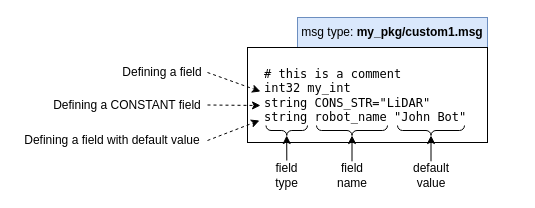
The draw.io diagram page "message-basic" (8 of 10) of src/resources/ros.drawio in harleylara/robotics, before the edit. Source tidied: cells renumbered, new cells numbered last; positions are measured from the earlier drawing's top-left corner, leaving out a move shared by most shapes. Both pictures are drawn from the tidied source at 100%, with x=0, y=0 at pixel (17, 17).
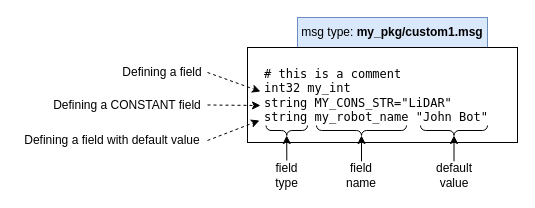
Above is the later version.

Commit message:
update message definition example

Change to the diagram source:
```diff
@@
-    <mxCell id="3" value="&lt;div&gt;# this is a comment&lt;/div&gt;int32 my_int&lt;br&gt;string CONS_STR=&quot;LiDAR&quot;&lt;br&gt;string robot_name &quot;John Bot&quot;" style="rounded=0;whiteSpace=wrap;html=1;align=left;fontFamily=Lucida Console;spacing=17;" parent="1" vertex="1">
-      <mxGeometry x="230" y="30" width="240" height="95" as="geometry" />
+    <mxCell id="3" value="&lt;div&gt;# this is a comment&lt;/div&gt;int32 my_int&lt;br&gt;string MY_CONS_STR=&quot;LiDAR&quot;&lt;br&gt;string my_robot_name &quot;John Bot&quot;" style="rounded=0;whiteSpace=wrap;html=1;align=left;fontFamily=Lucida Console;spacing=17;" parent="1" vertex="1">
+      <mxGeometry x="230" y="30" width="270" height="95" as="geometry" />
     </mxCell>
@@
     <mxCell id="5" style="verticalLabelPosition=bottom;shadow=0;dashed=0;align=center;html=1;verticalAlign=top;strokeWidth=1;shape=mxgraph.mockup.markup.curlyBrace;whiteSpace=wrap;rotation=-180;" parent="1" vertex="1">
-      <mxGeometry x="299" y="108" width="71" height="10" as="geometry" />
+      <mxGeometry x="299" y="108" width="90" height="10" as="geometry" />
     </mxCell>
@@
     <mxCell id="7" value="field name" style="text;html=1;strokeColor=none;fillColor=none;align=center;verticalAlign=middle;whiteSpace=wrap;rounded=0;" parent="1" vertex="1">
-      <mxGeometry x="310.5" y="143" width="48" height="30" as="geometry" />
+      <mxGeometry x="320" y="143" width="48" height="30" as="geometry" />
     </mxCell>
@@
     <mxCell id="9" style="endArrow=classic;html=1;rounded=0;exitX=0.431;exitY=0.028;exitDx=0;exitDy=0;exitPerimeter=0;" parent="1" edge="1">
       <mxGeometry relative="1" as="geometry">
-        <mxPoint x="334.5" y="143.8" as="sourcePoint" />
-        <mxPoint x="334.5" y="118" as="targetPoint" />
+        <mxPoint x="344" y="143.8" as="sourcePoint" />
+        <mxPoint x="344" y="118" as="targetPoint" />
       </mxGeometry>
     </mxCell>
     <mxCell id="10" style="verticalLabelPosition=bottom;shadow=0;dashed=0;align=center;html=1;verticalAlign=top;strokeWidth=1;shape=mxgraph.mockup.markup.curlyBrace;whiteSpace=wrap;rotation=-180;" parent="1" vertex="1">
-      <mxGeometry x="380" y="108" width="67" height="10" as="geometry" />
+      <mxGeometry x="403" y="108" width="67" height="10" as="geometry" />
     </mxCell>
     <mxCell id="11" value="default value" style="text;html=1;strokeColor=none;fillColor=none;align=center;verticalAlign=middle;whiteSpace=wrap;rounded=0;" parent="1" vertex="1">
-      <mxGeometry x="383.5" y="143" width="60" height="30" as="geometry" />
+      <mxGeometry x="406.5" y="143" width="60" height="30" as="geometry" />
     </mxCell>
     <mxCell id="12" style="endArrow=classic;html=1;rounded=0;exitX=0.431;exitY=0.028;exitDx=0;exitDy=0;exitPerimeter=0;" parent="1" edge="1">
       <mxGeometry relative="1" as="geometry">
-        <mxPoint x="413.5" y="143.8" as="sourcePoint" />
-        <mxPoint x="413.5" y="118" as="targetPoint" />
+        <mxPoint x="436.5" y="143.8" as="sourcePoint" />
+        <mxPoint x="436.5" y="118" as="targetPoint" />
       </mxGeometry>
     </mxCell>
```
